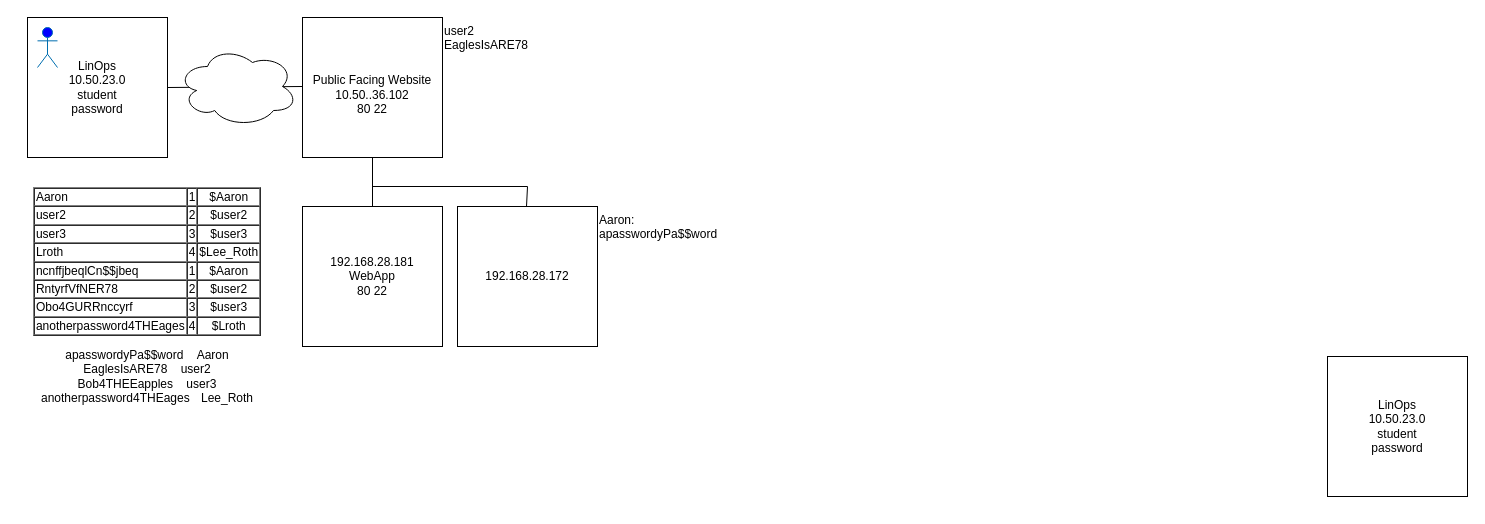
Before: page "Page-4" (2 of 3) of Security/Vacca/Security Map.drawio in TheWaltuh/COSC-Notes, a draw.io diagram. Source tidied: cells renumbered, new cells numbered last; positions are measured from the earlier drawing's top-left corner, leaving out a move shared by most shapes. Both pictures are drawn from the tidied source at 100%, with x=0, y=0 at pixel (17, 17).
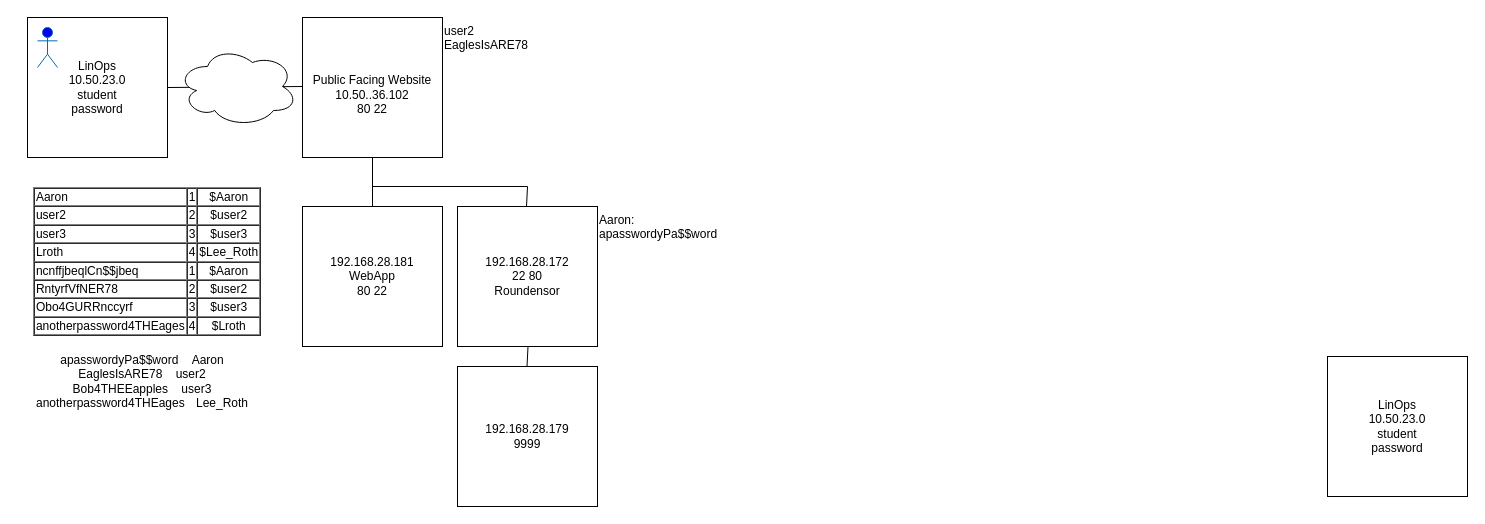
The same diagram, later.

The edit, as a diff of the source:
```diff
@@
-    <mxCell id="12" value="&lt;div&gt;192.168.28.172&lt;/div&gt;" style="whiteSpace=wrap;html=1;" parent="1" vertex="1">
+    <mxCell id="12" value="&lt;div&gt;192.168.28.172&lt;/div&gt;&lt;div&gt;22 80&lt;/div&gt;&lt;div&gt;Roundensor&lt;br&gt;&lt;/div&gt;" style="whiteSpace=wrap;html=1;" parent="1" vertex="1">
       <mxGeometry x="440" y="189" width="140" height="140" as="geometry" />
     </mxCell>
@@
     <mxCell id="16" value="&lt;div&gt;apasswordyPa$$word&lt;span style=&quot;&quot;&gt;&lt;span style=&quot;&quot;&gt;&amp;nbsp;&amp;nbsp;&amp;nbsp;&amp;nbsp;&lt;/span&gt;&lt;/span&gt;Aaron&lt;/div&gt;&lt;div&gt;EaglesIsARE78&lt;span style=&quot;&quot;&gt;&lt;span style=&quot;&quot;&gt;&amp;nbsp;&amp;nbsp;&amp;nbsp;&amp;nbsp;&lt;/span&gt;user2&lt;/span&gt;&lt;/div&gt;&lt;div&gt;Bob4THEEapples&lt;span style=&quot;&quot;&gt;&lt;span style=&quot;white-space: pre;&quot;&gt;&amp;nbsp;&amp;nbsp;&amp;nbsp;&amp;nbsp;&lt;/span&gt;&lt;/span&gt;user3&lt;/div&gt;anotherpassword4THEages&lt;span style=&quot;white-space: pre;&quot;&gt;&#9;Lee_Roth&lt;/span&gt;" style="text;html=1;strokeColor=none;fillColor=none;align=center;verticalAlign=middle;whiteSpace=wrap;rounded=0;" parent="1" vertex="1">
-      <mxGeometry x="15" y="299" width="230" height="120" as="geometry" />
+      <mxGeometry x="10" y="329" width="230" height="70" as="geometry" />
     </mxCell>
@@
+    <mxCell id="18" value="&lt;div&gt;192.168.28.179&lt;/div&gt;&lt;div&gt;9999&lt;br&gt;&lt;/div&gt;" style="whiteSpace=wrap;html=1;" parent="1" vertex="1">
+      <mxGeometry x="440" y="349" width="140" height="140" as="geometry" />
+    </mxCell>
+    <mxCell id="19" style="endArrow=none;html=1;rounded=0;exitX=0.5;exitY=0;exitDx=0;exitDy=0;" parent="1" edge="1">
+      <mxGeometry relative="1" as="geometry">
+        <mxPoint x="509.5" y="349" as="sourcePoint" />
+        <mxPoint x="510.5" y="329" as="targetPoint" />
+      </mxGeometry>
+    </mxCell>
```
